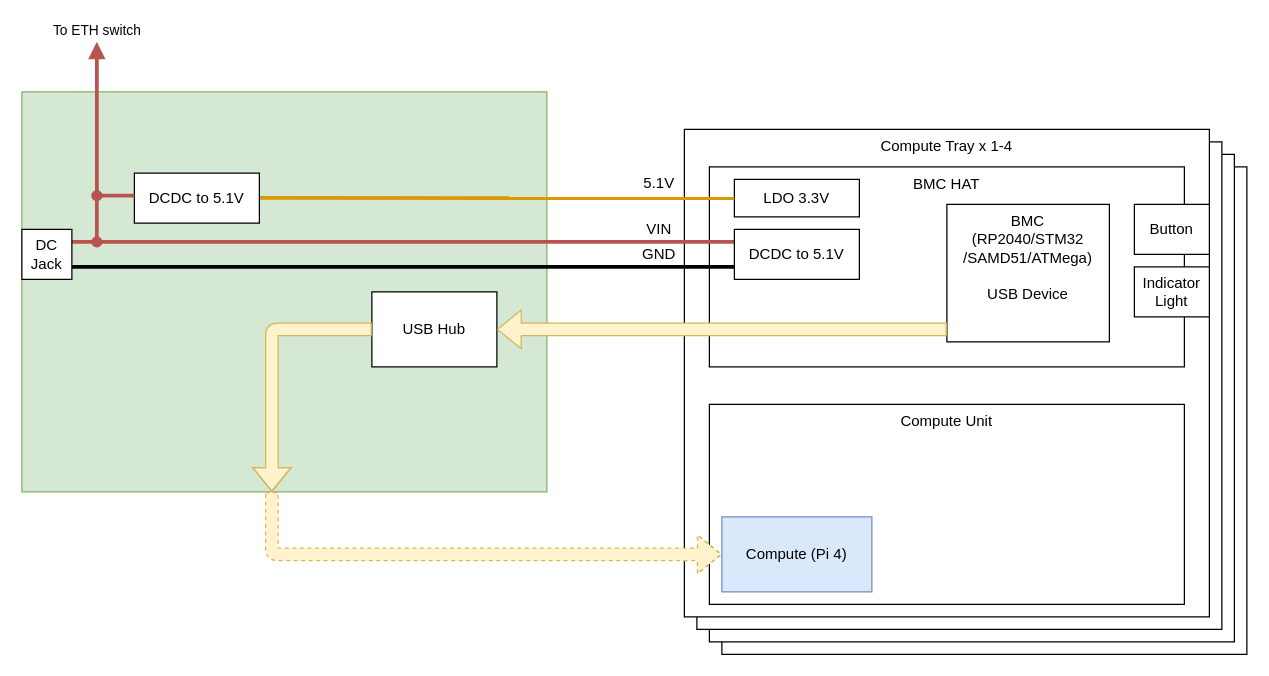
racklet/racklet keeps this draw.io diagram as page "Page-1" (1 of 2) of docs/diagrams/Interface Diagram v0.2.2.drawio. Above is the earlier version. Source tidied: cells renumbered, new cells numbered last; positions are measured from the earlier drawing's top-left corner, leaving out a move shared by most shapes. Both pictures are drawn from the tidied source at 125%, with x=0, y=0 at pixel (21, 41).
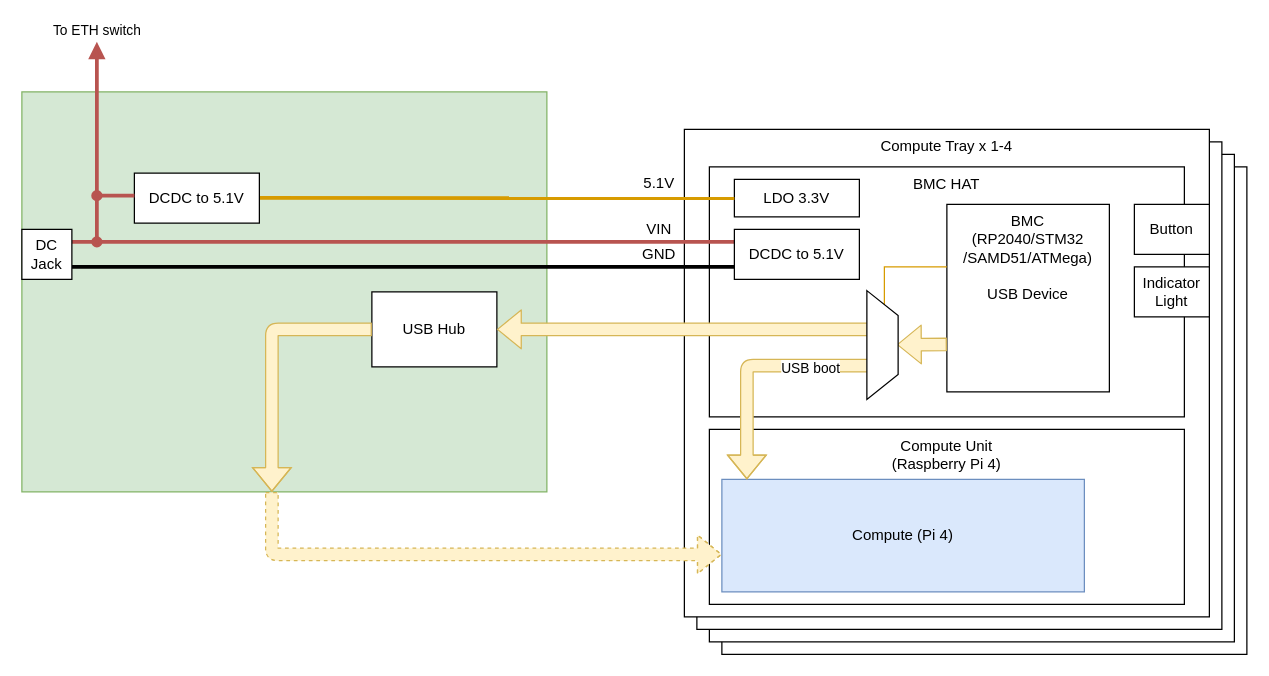
The same diagram, later.

Unchanged cells that the change refers to:
```xml
<mxCell id="18" value="USB Hub" style="rounded=0;whiteSpace=wrap;html=1;strokeColor=#000000;fillColor=#ffffff;align=center;verticalAlign=middle;" parent="1" vertex="1">
  <mxGeometry x="280" y="200" width="100" height="60" as="geometry" />
</mxCell>
```

Diff of the diagram source:
```diff
@@
     <mxCell id="7" value="BMC HAT" style="rounded=0;whiteSpace=wrap;html=1;align=center;verticalAlign=top;fillColor=none;" parent="1" vertex="1">
-      <mxGeometry x="550" y="100" width="380" height="160" as="geometry" />
+      <mxGeometry x="550" y="100" width="380" height="200" as="geometry" />
     </mxCell>
@@
     <mxCell id="10" value="&lt;div&gt;BMC&lt;/div&gt;&lt;div&gt;(RP2040/STM32&lt;/div&gt;&lt;div&gt;/SAMD51/ATMega)&lt;/div&gt;&lt;div&gt;&lt;br&gt;&lt;/div&gt;&lt;div&gt;USB Device&lt;/div&gt;" style="rounded=0;whiteSpace=wrap;html=1;align=center;verticalAlign=top;" parent="1" vertex="1">
-      <mxGeometry x="740" y="130" width="130" height="110" as="geometry" />
+      <mxGeometry x="740" y="130" width="130" height="150" as="geometry" />
     </mxCell>
@@
-    <mxCell id="15" value="Compute Unit" style="rounded=0;whiteSpace=wrap;html=1;align=center;verticalAlign=top;fillColor=none;" parent="1" vertex="1">
-      <mxGeometry x="550" y="290" width="380" height="160" as="geometry" />
+    <mxCell id="15" value="Compute Unit&lt;br&gt;(Raspberry Pi 4)" style="rounded=0;whiteSpace=wrap;html=1;align=center;verticalAlign=top;fillColor=none;" parent="1" vertex="1">
+      <mxGeometry x="550" y="310" width="380" height="140" as="geometry" />
     </mxCell>
@@
     <mxCell id="20" style="shape=flexArrow;endArrow=classic;html=1;strokeWidth=1;fillColor=#fff2cc;strokeColor=#d6b656;" parent="1" edge="1" target="18">
       <mxGeometry relative="1" as="geometry">
-        <mxPoint x="740" y="230" as="sourcePoint" />
+        <mxPoint x="680" y="230" as="sourcePoint" />
       </mxGeometry>
     </mxCell>
@@
     <mxCell id="25" value="Compute (Pi 4)" style="rounded=0;whiteSpace=wrap;html=1;strokeColor=#6c8ebf;fillColor=#dae8fc;align=center;verticalAlign=middle;" parent="1" vertex="1">
-      <mxGeometry x="560" y="380" width="120" height="60" as="geometry" />
+      <mxGeometry x="560" y="350" width="290" height="90" as="geometry" />
     </mxCell>
@@
+    <mxCell id="30" style="shape=flexArrow;endArrow=classic;html=1;strokeWidth=1;fillColor=#fff2cc;strokeColor=#d6b656;" parent="1" edge="1">
+      <mxGeometry relative="1" as="geometry">
+        <mxPoint x="680" y="259" as="sourcePoint" />
+        <mxPoint x="580" y="350" as="targetPoint" />
+        <Array as="points">
+          <mxPoint x="580" y="259" />
+        </Array>
+      </mxGeometry>
+    </mxCell>
+    <mxCell id="31" value="USB boot" style="edgeLabel;html=1;align=center;verticalAlign=middle;" parent="30" vertex="1">
+      <mxGeometry x="-0.82" relative="1" as="geometry">
+        <mxPoint x="-33" y="1" as="offset" />
+      </mxGeometry>
+    </mxCell>
+    <mxCell id="32" style="shape=flexArrow;endArrow=classic;html=1;strokeWidth=1;fillColor=#fff2cc;strokeColor=#d6b656;" parent="1" edge="1">
+      <mxGeometry relative="1" as="geometry">
+        <mxPoint x="740" y="242" as="sourcePoint" />
+        <mxPoint x="700" y="242.2" as="targetPoint" />
+      </mxGeometry>
+    </mxCell>
+    <mxCell id="33" style="endArrow=none;html=1;rounded=0;fillColor=#ffe6cc;strokeColor=#d79b00;" parent="1" edge="1">
+      <mxGeometry relative="1" as="geometry">
+        <mxPoint x="690" y="220" as="sourcePoint" />
+        <mxPoint x="740" y="180" as="targetPoint" />
+        <Array as="points">
+          <mxPoint x="690" y="180" />
+        </Array>
+      </mxGeometry>
+    </mxCell>
+    <mxCell id="34" style="shape=trapezoid;perimeter=trapezoidPerimeter;whiteSpace=wrap;html=1;fixedSize=1;rotation=90;" parent="1" vertex="1">
+      <mxGeometry x="645" y="230" width="87" height="25" as="geometry" />
+    </mxCell>
```
